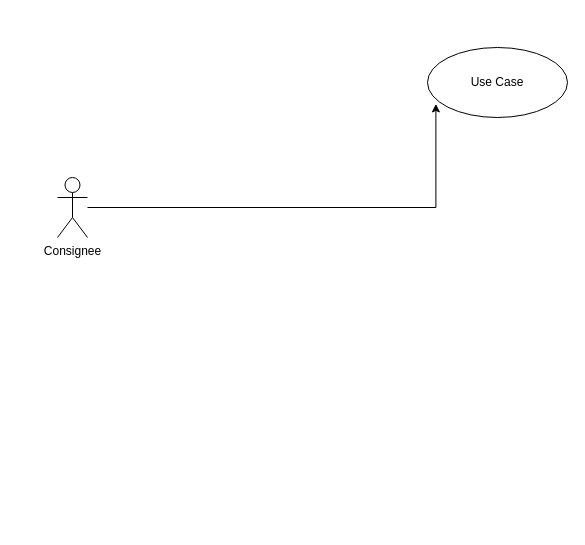
yi2003/diagram keeps this draw.io diagram as 代理人开票付款模式.drawio. Above is the earlier version. Source tidied: cells renumbered, new cells numbered last; positions are measured from the earlier drawing's top-left corner, leaving out a move shared by most shapes. Both pictures are drawn from the tidied source at 100%, with x=0, y=0 at pixel (57, 47).
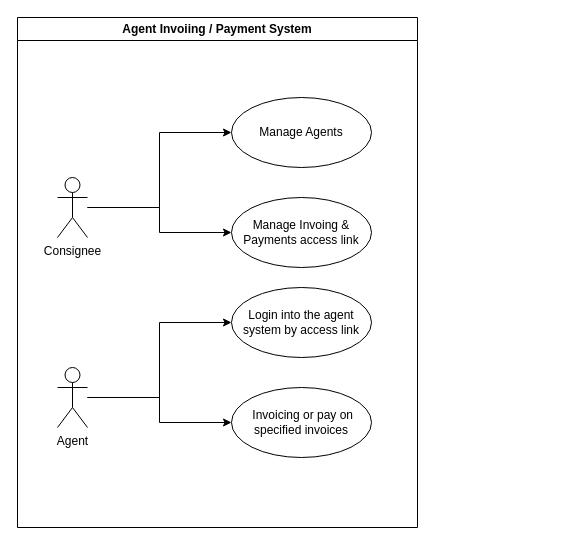
The same diagram, later.

Commit message:
更新代理人开票付款模式.drawio

Change to the diagram source:
```diff
@@
 <mxGraphModel>
   <root>
     <mxCell id="0" />
     <mxCell id="1" parent="0" />
-    <mxCell id="2" value="Use Case" style="ellipse;whiteSpace=wrap;html=1;" parent="1" vertex="1">
-      <mxGeometry x="370" width="140" height="70" as="geometry" />
+    <mxCell id="2" value="&lt;div class=&quot;lake-content&quot;&gt;Manage Agents&lt;/div&gt;" style="ellipse;whiteSpace=wrap;html=1;" parent="1" vertex="1">
+      <mxGeometry x="174" y="50" width="140" height="70" as="geometry" />
     </mxCell>
-    <mxCell id="3" style="edgeStyle=orthogonalEdgeStyle;rounded=0;jettySize=auto;html=1;entryX=0.06;entryY=0.806;entryDx=0;entryDy=0;entryPerimeter=0;" parent="1" edge="1" source="4" target="2">
+    <mxCell id="3" style="edgeStyle=orthogonalEdgeStyle;rounded=0;jettySize=auto;html=1;entryX=0;entryY=0.5;entryDx=0;entryDy=0;" parent="1" edge="1" source="4" target="2">
       <mxGeometry relative="1" as="geometry" />
     </mxCell>
+    <mxCell id="5" style="edgeStyle=orthogonalEdgeStyle;rounded=0;jettySize=auto;html=1;" parent="1" edge="1" source="4" target="6">
+      <mxGeometry relative="1" as="geometry" />
+    </mxCell>
     <mxCell id="4" value="Consignee" style="shape=umlActor;verticalLabelPosition=bottom;verticalAlign=top;html=1;" parent="1" vertex="1">
       <mxGeometry y="130" width="30" height="60" as="geometry" />
     </mxCell>
+    <mxCell id="6" value="&lt;div class=&quot;lake-content&quot;&gt;Manage Invoing &amp;amp; Payments access link&lt;/div&gt;" style="ellipse;whiteSpace=wrap;html=1;" parent="1" vertex="1">
+      <mxGeometry x="174" y="150" width="140" height="70" as="geometry" />
+    </mxCell>
+    <mxCell id="7" value="&lt;div class=&quot;lake-content&quot;&gt;Login into the agent system by access link&lt;/div&gt;" style="ellipse;whiteSpace=wrap;html=1;" parent="1" vertex="1">
+      <mxGeometry x="174" y="240" width="140" height="70" as="geometry" />
+    </mxCell>
+    <mxCell id="8" style="edgeStyle=orthogonalEdgeStyle;rounded=0;jettySize=auto;html=1;entryX=0;entryY=0.5;entryDx=0;entryDy=0;" parent="1" edge="1" source="10" target="7">
+      <mxGeometry relative="1" as="geometry" />
+    </mxCell>
+    <mxCell id="9" style="edgeStyle=orthogonalEdgeStyle;rounded=0;jettySize=auto;html=1;" parent="1" edge="1" source="10" target="11">
+      <mxGeometry relative="1" as="geometry" />
+    </mxCell>
+    <mxCell id="10" value="Agent" style="shape=umlActor;verticalLabelPosition=bottom;verticalAlign=top;html=1;" parent="1" vertex="1">
+      <mxGeometry y="320" width="30" height="60" as="geometry" />
+    </mxCell>
+    <mxCell id="11" value="&lt;div class=&quot;lake-content&quot;&gt;&amp;nbsp;Invoicing or pay on specified invoices&lt;/div&gt;" style="ellipse;whiteSpace=wrap;html=1;" parent="1" vertex="1">
+      <mxGeometry x="174" y="340" width="140" height="70" as="geometry" />
+    </mxCell>
+    <mxCell id="12" value="Agent Invoiing / Payment System" style="swimlane;whiteSpace=wrap;html=1;" parent="1" vertex="1">
+      <mxGeometry x="-40" y="-30" width="400" height="510" as="geometry" />
+    </mxCell>
   </root>
 </mxGraphModel>
```
